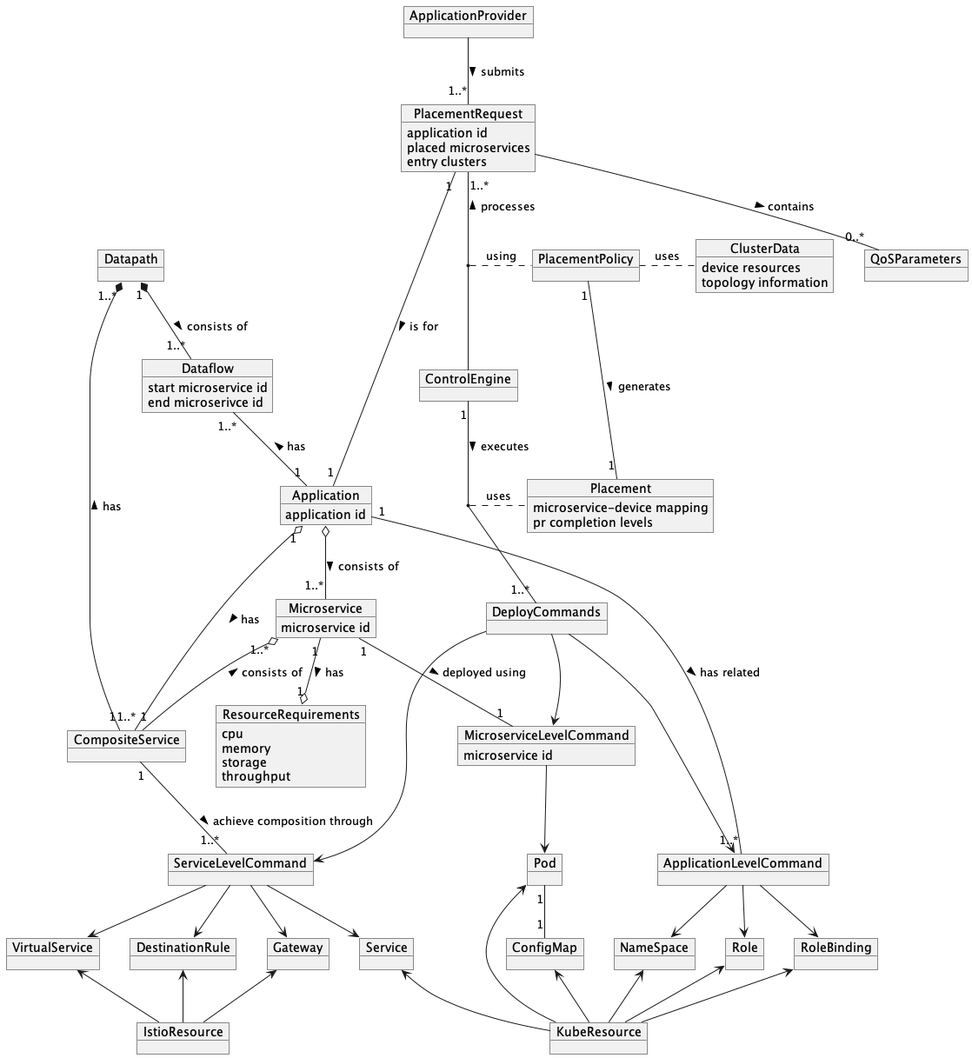
Before: ControlEngine/src/main/diagrams/MicroFog.png, a diagram exported from PlantUML (Cloudslab/MicroFog).
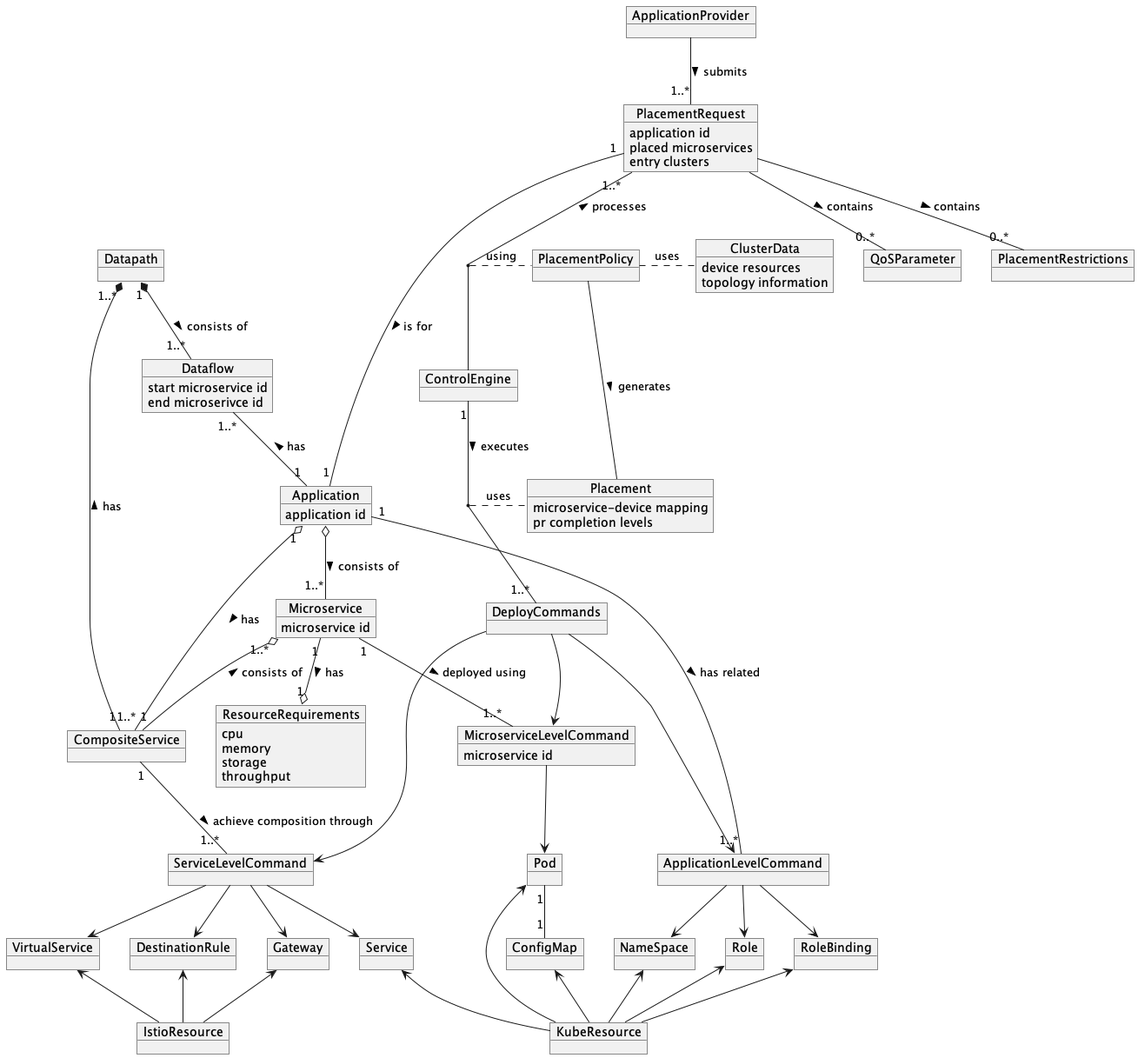
Later version of the same file.

Diff of the diagram source:
```diff
@@ -24,7 +24,7 @@
     application id
 }
 
-object QoSParameters
+object QoSParameter
 object ResourceRequirements{
    cpu
    memory
@@ -68,11 +68,13 @@
 
 object KubeResource
 object IstioResource
+object PlacementRestrictions
 
 
 
 ApplicationProvider  --  "1..*" PlacementRequest : submits >
-PlacementRequest -- "0..*" QoSParameters : contains >
+PlacementRequest -- "0..*" QoSParameter : contains >
+PlacementRequest -- "0..*" PlacementRestrictions : contains >
 PlacementRequest "1" -- "1" Application : is for >
 PlacementRequest "1..*" --  ControlEngine : processes <
 (PlacementRequest, ControlEngine). PlacementPolicy : using
@@ -89,12 +91,12 @@
 Dataflow "1..*" -- "1" Application : has <
 
 
-Microservice "1"--"1" MicroserviceLevelCommand : deployed using >
+Microservice "1"--"1..*" MicroserviceLevelCommand : deployed using >
 Application "1" --"1..*" ApplicationLevelCommand : has related >
 CompositeService "1" -- "1..*" ServiceLevelCommand : achieve composition through >
 
 
-PlacementPolicy "1" -- "1" Placement : generates >
+PlacementPolicy  --  Placement : generates >
 ControlEngine "1" -- "1..*" DeployCommands : executes >
 
 
```
